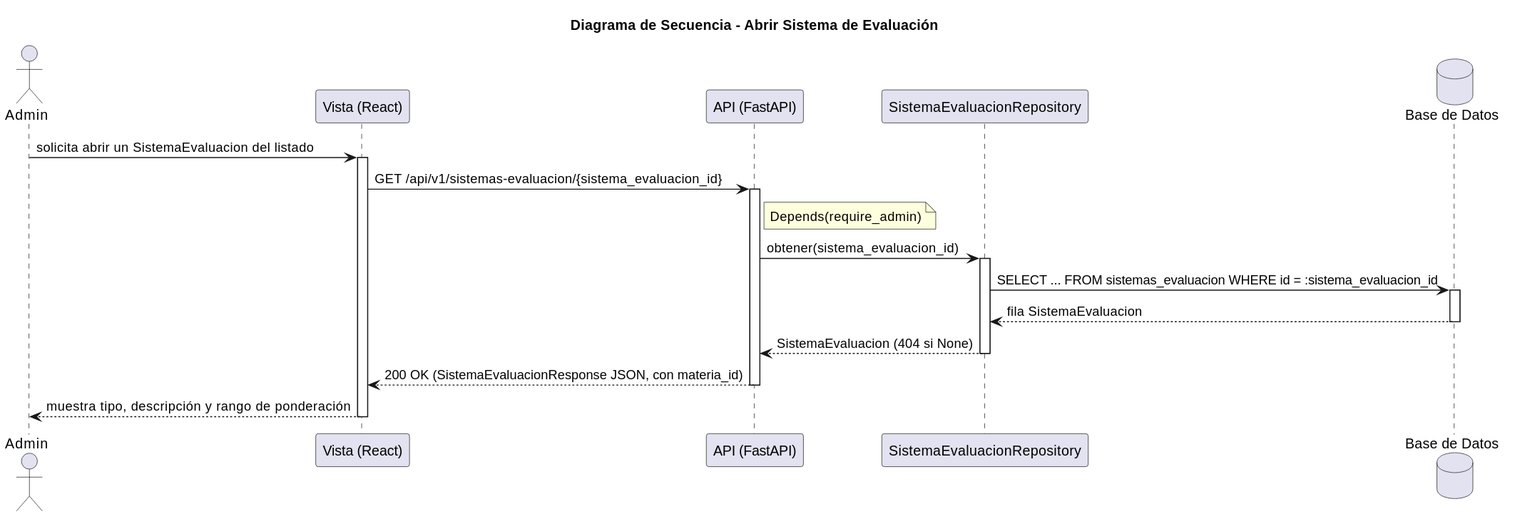
The PlantUML diagram images/RUP/03-diseño/casos-uso/abrirSistemaEvaluacion/secuencia.svg in mmasias/pyCeldaPublico, before a commit. The source it was exported from:
```plantuml
@startuml
title Diagrama de Secuencia - Abrir Sistema de Evaluación

actor "Admin" as Admin
participant "Vista (React)" as Vista
participant "API (FastAPI)" as API
participant "SistemaEvaluacionRepository" as SistemaRepo
database "Base de Datos" as DB

Admin -> Vista: solicita abrir un SistemaEvaluacion del listado
activate Vista
Vista -> API: GET /api/v1/sistemas-evaluacion/{sistema_evaluacion_id}
activate API
note right of API: Depends(require_admin)
API -> SistemaRepo: obtener(sistema_evaluacion_id)
activate SistemaRepo
SistemaRepo -> DB: SELECT ... FROM sistemas_evaluacion WHERE id = :sistema_evaluacion_id
activate DB
DB --> SistemaRepo: fila SistemaEvaluacion
deactivate DB
SistemaRepo --> API: SistemaEvaluacion (404 si None)
deactivate SistemaRepo

API --> Vista: 200 OK (SistemaEvaluacionResponse JSON, con materia_id)
deactivate API
Vista --> Admin: muestra tipo, descripción y rango de ponderación
deactivate Vista
@enduml
```
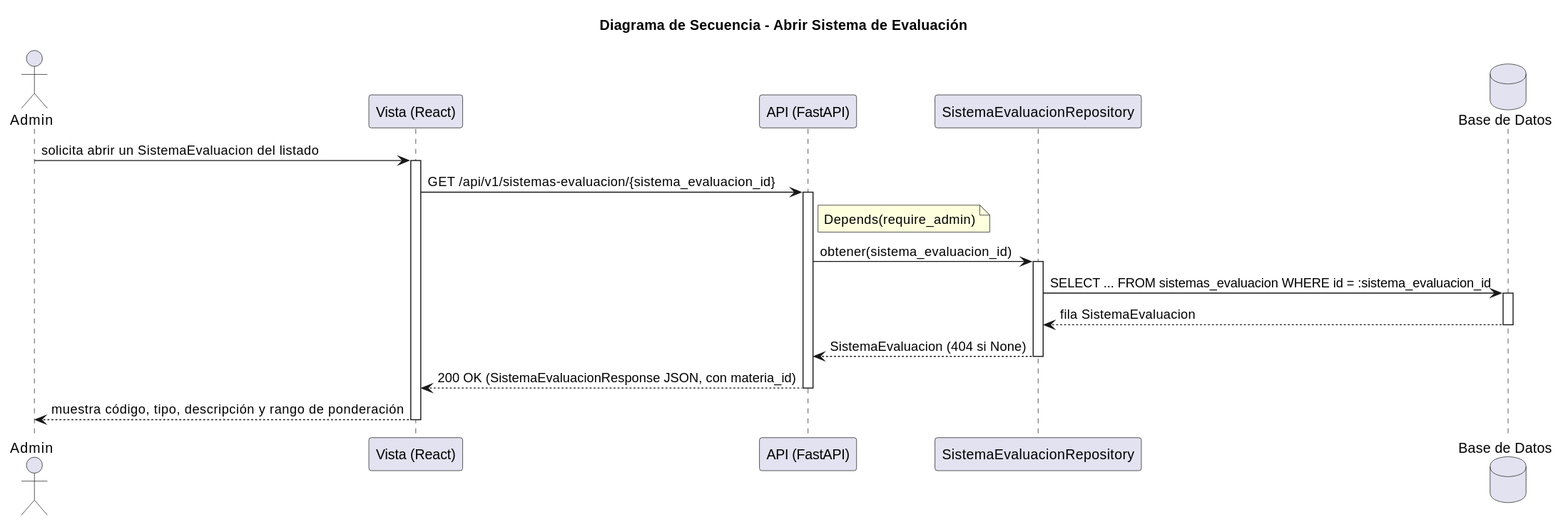
The same diagram one commit later.

What changed in the source:
```diff
@@ -23,6 +23,6 @@
 
 API --> Vista: 200 OK (SistemaEvaluacionResponse JSON, con materia_id)
 deactivate API
-Vista --> Admin: muestra tipo, descripción y rango de ponderación
+Vista --> Admin: muestra código, tipo, descripción y rango de ponderación
 deactivate Vista
 @enduml
```
